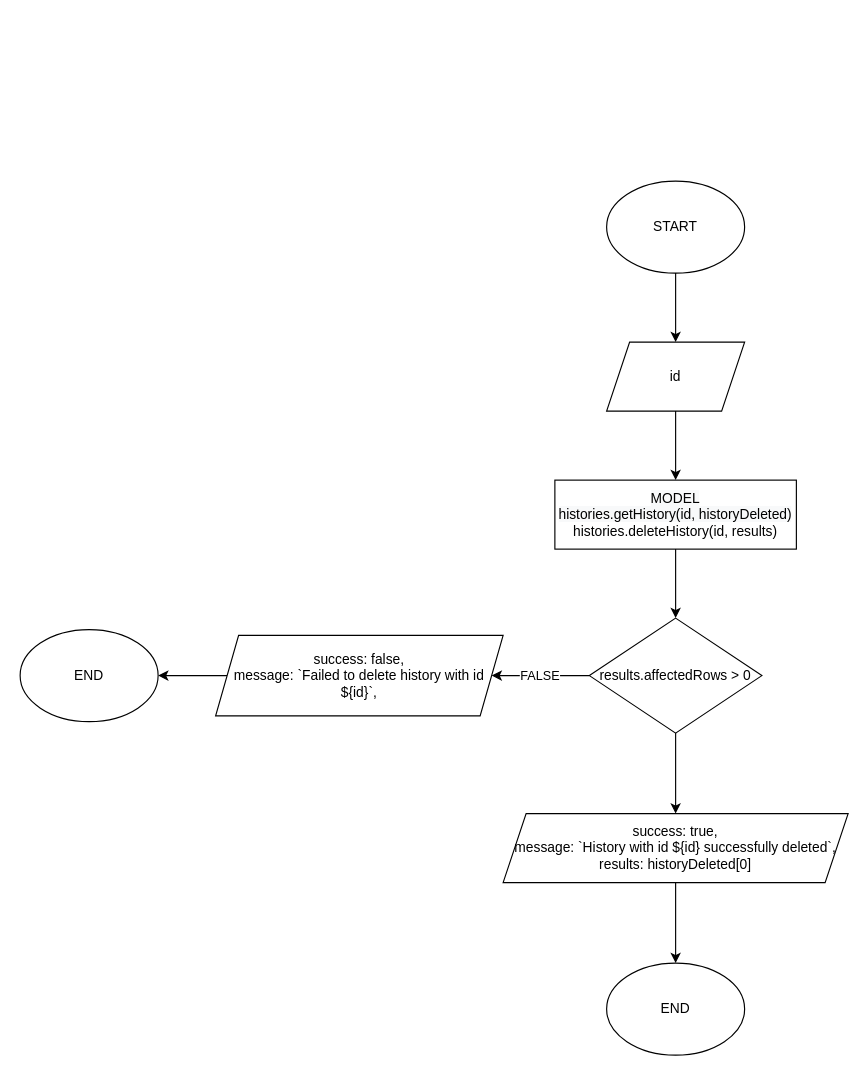
rintosaputro/fw5-backend-beginner keeps this draw.io diagram as page "delete history" (5 of 5) of flowchart&ERD/histories.drawio. Above is the earlier version. Source tidied: cells renumbered, new cells numbered last; positions are measured from the earlier drawing's top-left corner, leaving out a move shared by most shapes. Both pictures are drawn from the tidied source at 115%, with x=0, y=0 at pixel (20, 181).
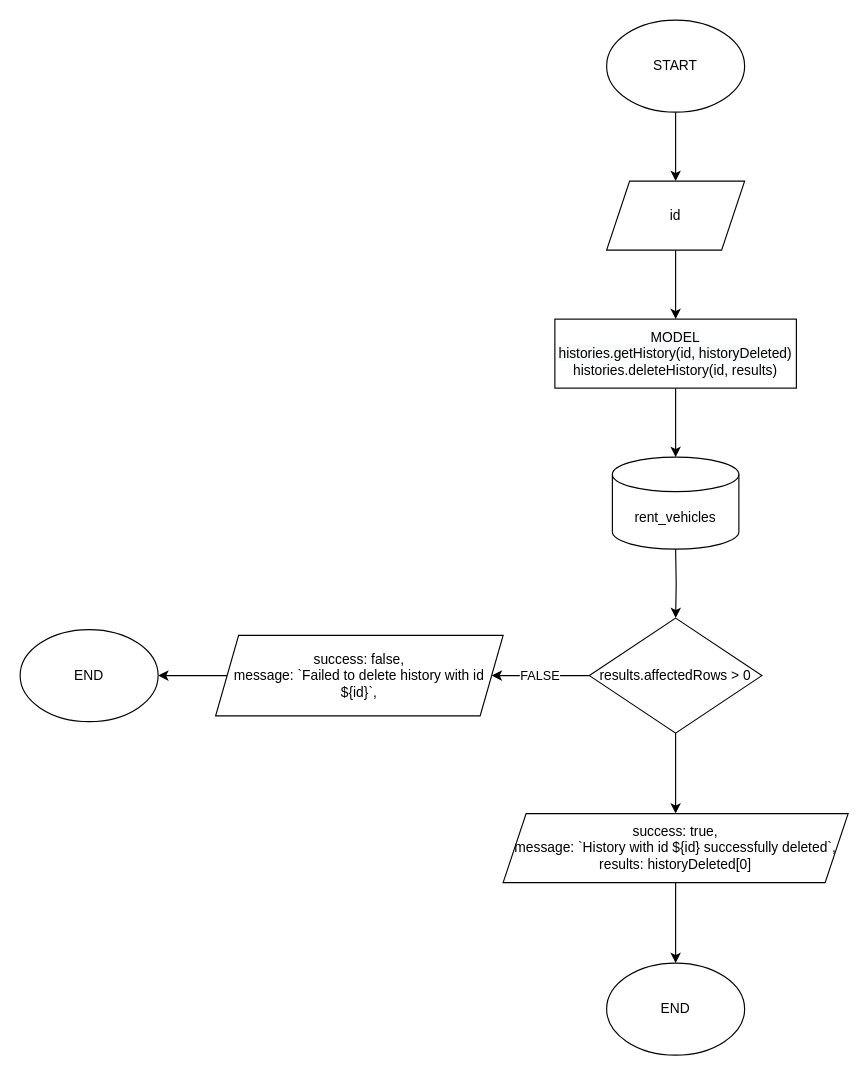
After the change.

Unchanged cells that the change refers to:
```xml
<mxCell id="10" value="results.affectedRows &amp;gt; 0" style="rhombus;whiteSpace=wrap;html=1;" parent="1" vertex="1">
  <mxGeometry x="495" y="380" width="150" height="100" as="geometry" />
</mxCell>
```

Diff of the diagram source:
```diff
@@
     <mxCell id="3" value="START" style="ellipse;whiteSpace=wrap;html=1;" parent="1" vertex="1">
-      <mxGeometry x="510" width="120" height="80" as="geometry" />
+      <mxGeometry x="510" y="-140" width="120" height="80" as="geometry" />
     </mxCell>
     <mxCell id="4" style="edgeStyle=orthogonalEdgeStyle;rounded=0;jettySize=auto;html=1;" parent="1" edge="1" source="5">
       <mxGeometry relative="1" as="geometry">
-        <mxPoint x="570" y="260" as="targetPoint" />
+        <mxPoint x="570" y="120" as="targetPoint" />
       </mxGeometry>
     </mxCell>
     <mxCell id="5" value="id" style="shape=parallelogram;perimeter=parallelogramPerimeter;whiteSpace=wrap;html=1;fixedSize=1;" parent="1" vertex="1">
-      <mxGeometry x="510" y="140" width="120" height="60" as="geometry" />
+      <mxGeometry x="510" width="120" height="60" as="geometry" />
     </mxCell>
-    <mxCell id="6" style="edgeStyle=orthogonalEdgeStyle;rounded=0;jettySize=auto;html=1;" parent="1" edge="1" source="7" target="10">
-      <mxGeometry relative="1" as="geometry" />
+    <mxCell id="6" style="edgeStyle=orthogonalEdgeStyle;rounded=0;jettySize=auto;html=1;" parent="1" edge="1" target="10">
+      <mxGeometry relative="1" as="geometry">
+        <mxPoint x="570" y="320" as="sourcePoint" />
+      </mxGeometry>
     </mxCell>
+    <mxCell id="17" style="edgeStyle=orthogonalEdgeStyle;rounded=0;jettySize=auto;html=1;" parent="1" edge="1" source="7" target="18">
+      <mxGeometry relative="1" as="geometry" />
+    </mxCell>
     <mxCell id="7" value="&lt;span style=&quot;color: rgb(0 , 0 , 0) ; font-family: &amp;#34;helvetica&amp;#34; ; font-size: 12px ; font-style: normal ; font-weight: 400 ; letter-spacing: normal ; text-align: center ; text-indent: 0px ; text-transform: none ; word-spacing: 0px ; background-color: rgb(248 , 249 , 250) ; display: inline ; float: none&quot;&gt;MODEL&lt;/span&gt;&lt;br style=&quot;color: rgb(0 , 0 , 0) ; font-family: &amp;#34;helvetica&amp;#34; ; font-size: 12px ; font-style: normal ; font-weight: 400 ; letter-spacing: normal ; text-align: center ; text-indent: 0px ; text-transform: none ; word-spacing: 0px ; background-color: rgb(248 , 249 , 250)&quot;&gt;&lt;span style=&quot;color: rgb(0 , 0 , 0) ; font-family: &amp;#34;helvetica&amp;#34; ; font-size: 12px ; font-style: normal ; font-weight: 400 ; letter-spacing: normal ; text-align: center ; text-indent: 0px ; text-transform: none ; word-spacing: 0px ; background-color: rgb(248 , 249 , 250) ; display: inline ; float: none&quot;&gt;histories.getHistory(id, historyDeleted)&lt;br&gt;&lt;/span&gt;histories.deleteHistory(id, results)" style="rounded=0;whiteSpace=wrap;html=1;" parent="1" vertex="1">
-      <mxGeometry x="465" y="260" width="210" height="60" as="geometry" />
+      <mxGeometry x="465" y="120" width="210" height="60" as="geometry" />
     </mxCell>
@@
+    <mxCell id="18" value="rent_vehicles" style="shape=cylinder3;whiteSpace=wrap;html=1;boundedLbl=1;backgroundOutline=1;size=15;" parent="1" vertex="1">
+      <mxGeometry x="515" y="240" width="110" height="80" as="geometry" />
+    </mxCell>
```
